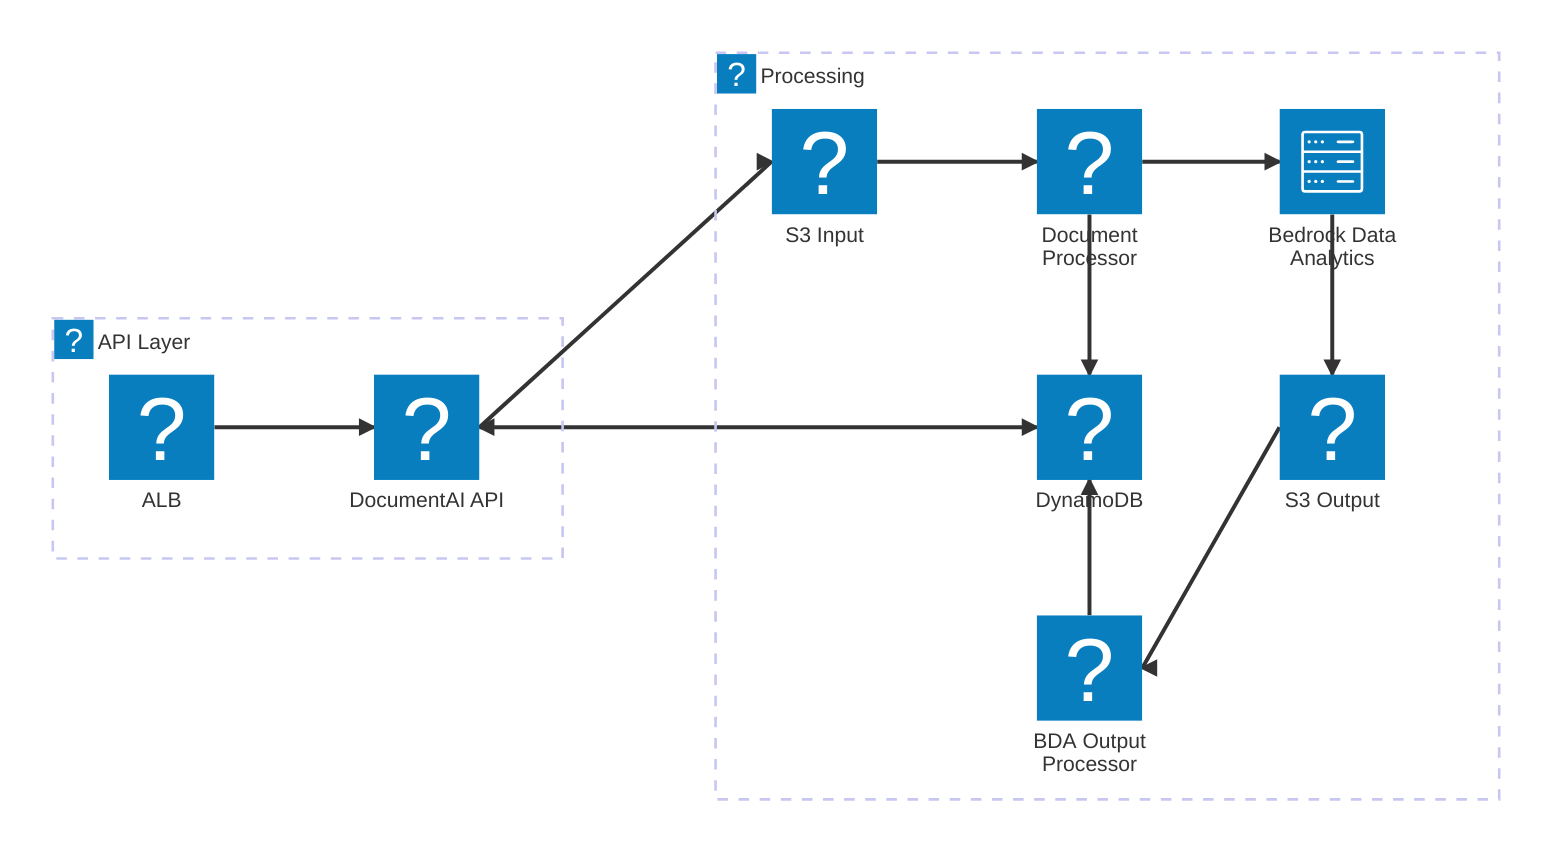
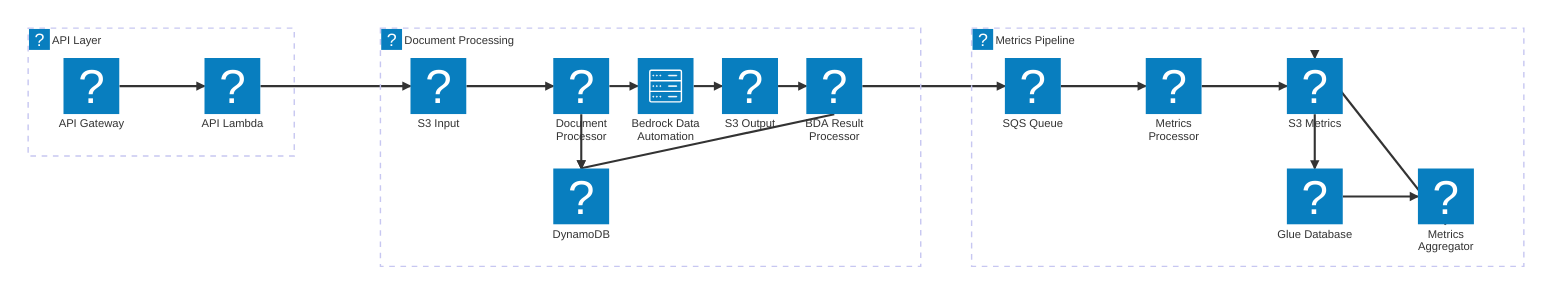
architecture-beta
    group api(logos:aws-vpc)[API Layer]
-     group processing(logos:aws-vpc)[Processing]
+     group processing(logos:aws-vpc)[Document Processing]
+     group metrics(logos:aws-vpc)[Metrics Pipeline]

-     service alb(logos:aws-elb)[ALB] in api
-     service ecs(logos:aws-ecs)[DocumentAI API] in api
+     service apigw(logos:aws-api-gateway)[API Gateway] in api
+     service api-lambda(logos:aws-lambda)[API Lambda] in api

    service s3input(logos:aws-s3)[S3 Input] in processing
-     service document-processor(logos:aws-step-functions)[Document Processor] in processing
+     service document-processor(logos:aws-lambda)[Document Processor] in processing
+     service bedrock(server)[Bedrock Data Automation] in processing
+     service s3output(logos:aws-s3)[S3 Output] in processing
+     service bda-result-processor(logos:aws-lambda)[BDA Result Processor] in processing
    service ddb(logos:aws-dynamodb)[DynamoDB] in processing
-     service bedrock(server)[Bedrock Data Analytics] in processing
-     service s3output(logos:aws-s3)[S3 Output] in processing
-     service bda-output-processor(logos:aws-step-functions)[BDA Output Processor] in processing

-     alb:R --> L:ecs
-     ecs:R --> L:s3input
-     ecs:R <--> L:ddb
+     service sqs(logos:aws-sqs)[SQS Queue] in metrics
+     service metrics-processor(logos:aws-lambda)[Metrics Processor] in metrics
+     service s3metrics(logos:aws-s3)[S3 Metrics] in metrics
+     service glue(logos:aws-glue)[Glue Database] in metrics
+     service metrics-aggregator(logos:aws-lambda)[Metrics Aggregator] in metrics
+ 
+     apigw:R --> L:api-lambda
+     api-lambda:R --> L:s3input
    s3input:R --> L:document-processor
+     document-processor:R --> L:bedrock
    document-processor:B --> T:ddb
-     document-processor:R --> L:bedrock
-     bedrock:B --> T:s3output
-     s3output:L --> R:bda-output-processor
-     bda-output-processor:T --> B:ddb
+     bedrock:R --> L:s3output
+     s3output:R --> L:bda-result-processor
+     bda-result-processor:B --> T:ddb
+     bda-result-processor:R --> L:sqs
+     sqs:R --> L:metrics-processor
+     metrics-processor:R --> L:s3metrics
+     s3metrics:B --> T:glue
+     glue:R --> L:metrics-aggregator
+     metrics-aggregator:B --> T:s3metrics
